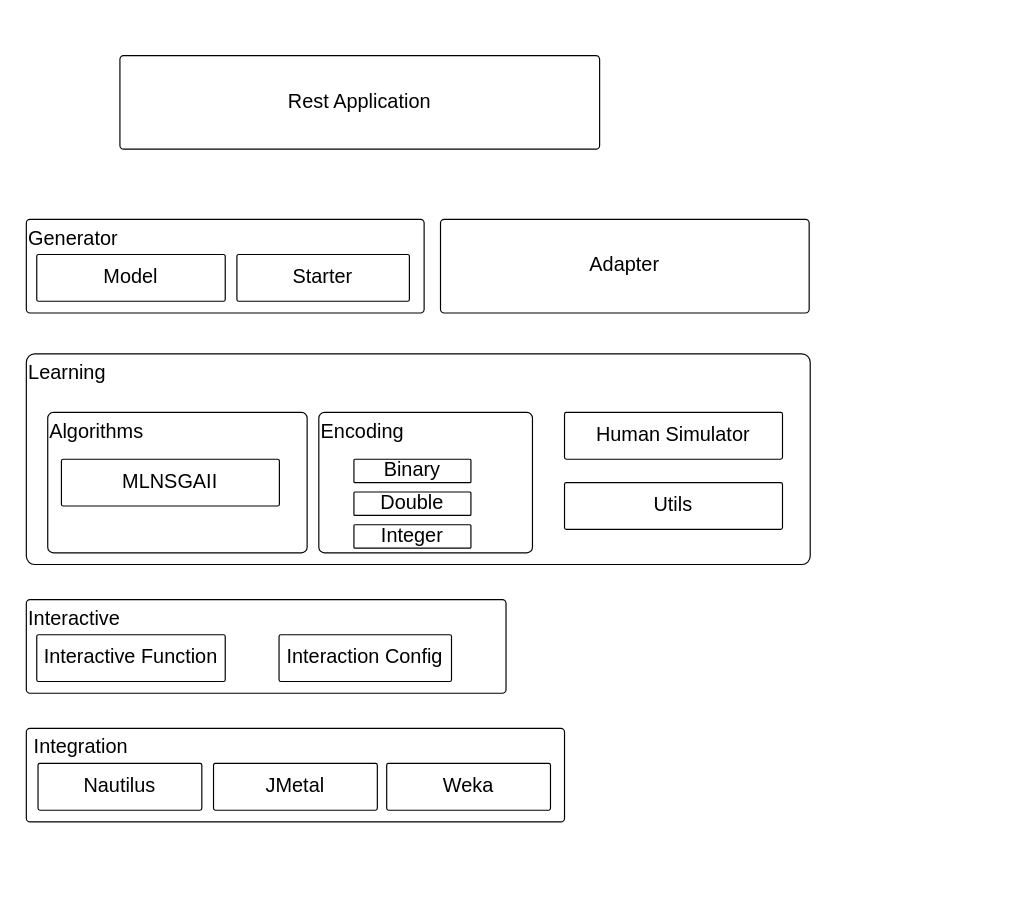
Before: docs/Untitled Diagram.drawio in iSEarchAI/isearchai, a draw.io diagram. Source tidied: cells renumbered, new cells numbered last; positions are measured from the earlier drawing's top-left corner, leaving out a move shared by most shapes. Both pictures are drawn from the tidied source at 117%, with x=0, y=0 at pixel (26, 55).
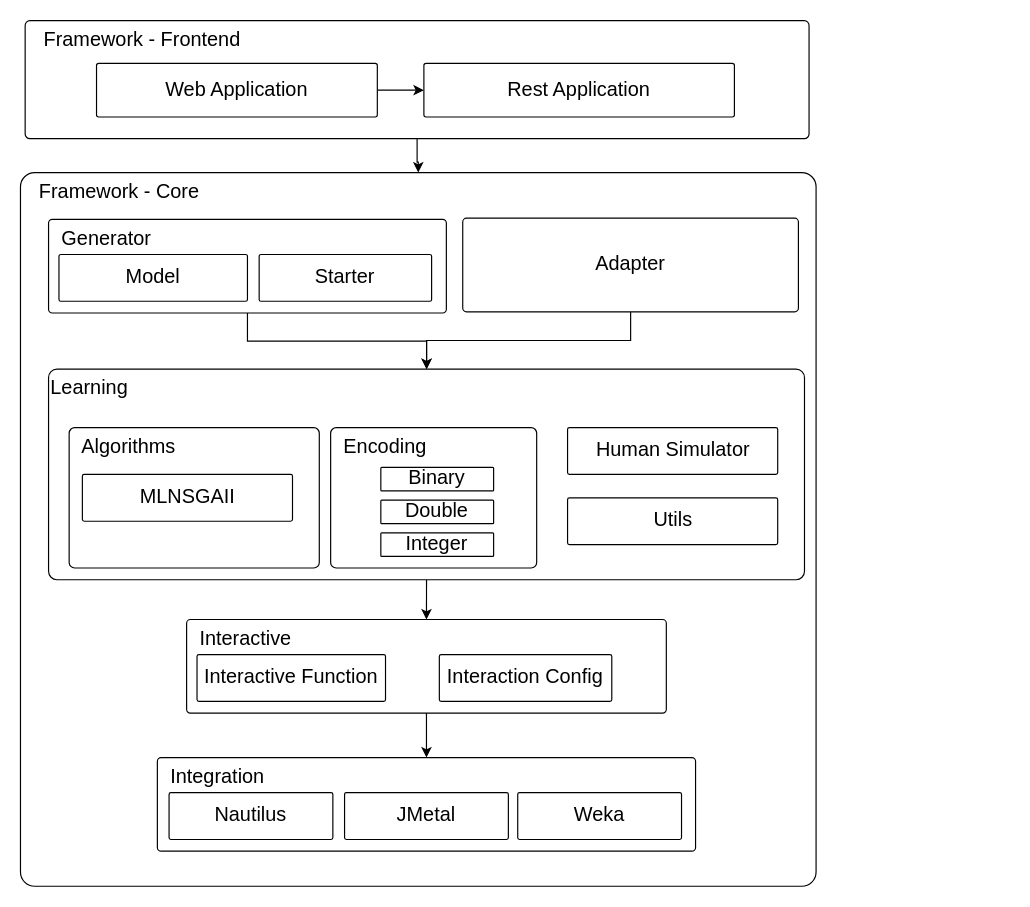
After the change.

Diff of the diagram source:
```diff
@@
-    <mxCell id="2" style="group;" parent="1" vertex="1">
-      <mxGeometry y="575" width="460" height="80" as="geometry" />
-    </mxCell>
+    <mxCell id="30" style="edgeStyle=orthogonalEdgeStyle;rounded=0;orthogonalLoop=1;jettySize=auto;html=1;" parent="1" edge="1">
+      <mxGeometry relative="1" as="geometry">
+        <mxPoint x="350" y="72" as="targetPoint" />
+      </mxGeometry>
+    </mxCell>
+    <mxCell id="31" value="&lt;div style=&quot;padding-top: 0px; font-size: 17px;&quot;&gt;&amp;nbsp; &amp;nbsp;&lt;span style=&quot;background-color: initial;&quot;&gt;Framework - Core&lt;/span&gt;&lt;/div&gt;" style="rounded=1;whiteSpace=wrap;html=1;align=left;verticalAlign=top;arcSize=2;fontSize=17;" parent="1" vertex="1">
+      <mxGeometry x="-5" y="100" width="680" height="610" as="geometry" />
+    </mxCell>
+    <mxCell id="32" style="edgeStyle=orthogonalEdgeStyle;rounded=0;jettySize=auto;html=1;" parent="1" edge="1" source="33" target="31">
+      <mxGeometry relative="1" as="geometry" />
+    </mxCell>
+    <mxCell id="33" value="&lt;div style=&quot;padding-top: 0px; font-size: 17px;&quot;&gt;&amp;nbsp; &amp;nbsp;Framework - Frontend&lt;/div&gt;" style="rounded=1;whiteSpace=wrap;html=1;align=left;verticalAlign=top;arcSize=4;fontSize=17;" parent="1" vertex="1">
+      <mxGeometry x="-1" y="-29.8" width="670" height="100.8" as="geometry" />
+    </mxCell>
+    <mxCell id="34" style="edgeStyle=orthogonalEdgeStyle;rounded=0;jettySize=auto;html=1;" parent="1" edge="1" source="35" target="29">
+      <mxGeometry relative="1" as="geometry" />
+    </mxCell>
+    <mxCell id="29" value="&lt;div style=&quot;padding-top: 0px; font-size: 17px;&quot;&gt;Rest Application&lt;/div&gt;" style="rounded=1;whiteSpace=wrap;html=1;align=center;verticalAlign=middle;arcSize=4;fontSize=17;" parent="1" vertex="1">
+      <mxGeometry x="339.8" y="6.7" width="265.4" height="45.8" as="geometry" />
+    </mxCell>
+    <mxCell id="35" value="&lt;div style=&quot;padding-top: 0px; font-size: 17px;&quot;&gt;Web Application&lt;/div&gt;" style="rounded=1;whiteSpace=wrap;html=1;align=center;verticalAlign=middle;arcSize=4;fontSize=17;" parent="1" vertex="1">
+      <mxGeometry x="60" y="6.7" width="240" height="45.8" as="geometry" />
+    </mxCell>
-    <mxCell id="3" value="&lt;div style=&quot;padding-top: 0px; font-size: 17px;&quot;&gt;&lt;span style=&quot;background-color: initial;&quot;&gt;&amp;nbsp;&lt;/span&gt;&lt;span style=&quot;background-color: initial;&quot;&gt;Integration&lt;/span&gt;&lt;br&gt;&lt;/div&gt;" style="rounded=1;whiteSpace=wrap;html=1;align=left;verticalAlign=top;arcSize=4;fontSize=17;" parent="2" vertex="1">
-      <mxGeometry width="460" height="80" as="geometry" />
+    <mxCell id="3" value="&lt;div style=&quot;padding-top: 0px; font-size: 17px;&quot;&gt;&lt;span style=&quot;background-color: initial;&quot;&gt;&amp;nbsp;&amp;nbsp;&lt;/span&gt;&lt;span style=&quot;background-color: initial;&quot;&gt;Integration&lt;/span&gt;&lt;br&gt;&lt;/div&gt;" style="rounded=1;whiteSpace=wrap;html=1;align=left;verticalAlign=top;arcSize=4;fontSize=17;" parent="1" vertex="1">
+      <mxGeometry x="112" y="600" width="460" height="80" as="geometry" />
     </mxCell>
-    <mxCell id="4" value="&lt;div style=&quot;padding-top: 0px; font-size: 17px;&quot;&gt;Nautilus&lt;/div&gt;" style="rounded=1;whiteSpace=wrap;html=1;align=center;verticalAlign=middle;arcSize=4;fontSize=17;" parent="2" vertex="1">
-      <mxGeometry x="10" y="30" width="140" height="40" as="geometry" />
+    <mxCell id="4" value="&lt;div style=&quot;padding-top: 0px; font-size: 17px;&quot;&gt;Nautilus&lt;/div&gt;" style="rounded=1;whiteSpace=wrap;html=1;align=center;verticalAlign=middle;arcSize=4;fontSize=17;" parent="1" vertex="1">
+      <mxGeometry x="122" y="630" width="140" height="40" as="geometry" />
     </mxCell>
-    <mxCell id="5" value="&lt;div style=&quot;padding-top: 0px; font-size: 17px;&quot;&gt;JMetal&lt;/div&gt;" style="rounded=1;whiteSpace=wrap;html=1;align=center;verticalAlign=middle;arcSize=4;fontSize=17;" parent="2" vertex="1">
-      <mxGeometry x="160" y="30" width="140" height="40" as="geometry" />
+    <mxCell id="5" value="&lt;div style=&quot;padding-top: 0px; font-size: 17px;&quot;&gt;JMetal&lt;/div&gt;" style="rounded=1;whiteSpace=wrap;html=1;align=center;verticalAlign=middle;arcSize=4;fontSize=17;" parent="1" vertex="1">
+      <mxGeometry x="272" y="630" width="140" height="40" as="geometry" />
     </mxCell>
-    <mxCell id="6" value="&lt;div style=&quot;padding-top: 0px; font-size: 17px;&quot;&gt;Weka&lt;/div&gt;" style="rounded=1;whiteSpace=wrap;html=1;align=center;verticalAlign=middle;arcSize=4;fontSize=17;" parent="2" vertex="1">
-      <mxGeometry x="308" y="30" width="140" height="40" as="geometry" />
+    <mxCell id="6" value="&lt;div style=&quot;padding-top: 0px; font-size: 17px;&quot;&gt;Weka&lt;/div&gt;" style="rounded=1;whiteSpace=wrap;html=1;align=center;verticalAlign=middle;arcSize=4;fontSize=17;" parent="1" vertex="1">
+      <mxGeometry x="420" y="630" width="140" height="40" as="geometry" />
     </mxCell>
-    <mxCell id="7" style="group;" parent="1" vertex="1">
-      <mxGeometry y="465" width="410" height="80" as="geometry" />
-    </mxCell>
+    <mxCell id="36" style="edgeStyle=orthogonalEdgeStyle;rounded=0;jettySize=auto;html=1;" parent="1" edge="1" source="8" target="3">
+      <mxGeometry relative="1" as="geometry" />
+    </mxCell>
-    <mxCell id="8" value="&lt;div style=&quot;padding-top: 0px; font-size: 17px;&quot;&gt;Interactive&lt;/div&gt;" style="rounded=1;whiteSpace=wrap;html=1;align=left;verticalAlign=top;arcSize=4;fontSize=17;" parent="7" vertex="1">
-      <mxGeometry width="410" height="80" as="geometry" />
+    <mxCell id="8" value="&lt;div style=&quot;padding-top: 0px; font-size: 17px;&quot;&gt;&amp;nbsp; Interactive&lt;/div&gt;" style="rounded=1;whiteSpace=wrap;html=1;align=left;verticalAlign=top;arcSize=4;fontSize=17;" parent="1" vertex="1">
+      <mxGeometry x="137" y="482" width="410" height="80" as="geometry" />
     </mxCell>
-    <mxCell id="9" value="&lt;div style=&quot;padding-top: 0px; font-size: 17px;&quot;&gt;Interactive Function&lt;/div&gt;" style="rounded=1;whiteSpace=wrap;html=1;align=center;verticalAlign=middle;arcSize=4;fontSize=17;" parent="7" vertex="1">
-      <mxGeometry x="8.9" y="30" width="161.1" height="40" as="geometry" />
+    <mxCell id="9" value="&lt;div style=&quot;padding-top: 0px; font-size: 17px;&quot;&gt;Interactive Function&lt;/div&gt;" style="rounded=1;whiteSpace=wrap;html=1;align=center;verticalAlign=middle;arcSize=4;fontSize=17;" parent="1" vertex="1">
+      <mxGeometry x="145.9" y="512" width="161.1" height="40" as="geometry" />
     </mxCell>
-    <mxCell id="10" value="&lt;div style=&quot;padding-top: 0px; font-size: 17px;&quot;&gt;Interaction Config&lt;/div&gt;" style="rounded=1;whiteSpace=wrap;html=1;align=center;verticalAlign=middle;arcSize=4;fontSize=17;" parent="7" vertex="1">
-      <mxGeometry x="216" y="30" width="147.4" height="40" as="geometry" />
+    <mxCell id="10" value="&lt;div style=&quot;padding-top: 0px; font-size: 17px;&quot;&gt;Interaction Config&lt;/div&gt;" style="rounded=1;whiteSpace=wrap;html=1;align=center;verticalAlign=middle;arcSize=4;fontSize=17;" parent="1" vertex="1">
+      <mxGeometry x="353" y="512" width="147.4" height="40" as="geometry" />
     </mxCell>
-    <mxCell id="11" style="group;" parent="1" vertex="1">
-      <mxGeometry y="255" width="840" height="180" as="geometry" />
-    </mxCell>
+    <mxCell id="37" style="edgeStyle=orthogonalEdgeStyle;rounded=0;jettySize=auto;html=1;" parent="1" edge="1" source="23" target="12">
+      <mxGeometry relative="1" as="geometry" />
+    </mxCell>
+    <mxCell id="23" value="&lt;div style=&quot;padding-top: 0px; font-size: 17px;&quot;&gt;&amp;nbsp; Generator&lt;/div&gt;" style="rounded=1;whiteSpace=wrap;html=1;align=left;verticalAlign=top;arcSize=4;fontSize=17;" parent="1" vertex="1">
+      <mxGeometry x="19" y="140" width="340" height="80" as="geometry" />
+    </mxCell>
+    <mxCell id="24" value="&lt;div style=&quot;padding-top: 0px; font-size: 17px;&quot;&gt;Model&lt;/div&gt;" style="rounded=1;whiteSpace=wrap;html=1;align=center;verticalAlign=middle;arcSize=4;fontSize=17;" parent="1" vertex="1">
+      <mxGeometry x="27.9" y="170" width="161.1" height="40" as="geometry" />
+    </mxCell>
+    <mxCell id="25" value="&lt;div style=&quot;padding-top: 0px; font-size: 17px;&quot;&gt;Starter&lt;/div&gt;" style="rounded=1;whiteSpace=wrap;html=1;align=center;verticalAlign=middle;arcSize=4;fontSize=17;" parent="1" vertex="1">
+      <mxGeometry x="199" y="170" width="147.4" height="40" as="geometry" />
+    </mxCell>
+    <mxCell id="38" style="edgeStyle=orthogonalEdgeStyle;rounded=0;jettySize=auto;html=1;" parent="1" edge="1" source="27" target="12">
+      <mxGeometry relative="1" as="geometry" />
+    </mxCell>
+    <mxCell id="27" value="&lt;div style=&quot;padding-top: 0px; font-size: 17px;&quot;&gt;Adapter&lt;/div&gt;" style="rounded=1;whiteSpace=wrap;html=1;align=center;verticalAlign=middle;arcSize=4;fontSize=17;" parent="1" vertex="1">
+      <mxGeometry x="373" y="139" width="286.9" height="80" as="geometry" />
+    </mxCell>
+    <mxCell id="39" style="edgeStyle=orthogonalEdgeStyle;rounded=0;jettySize=auto;html=1;exitX=0.5;exitY=1;exitDx=0;exitDy=0;entryX=0.5;entryY=0;entryDx=0;entryDy=0;" parent="1" edge="1" source="12" target="8">
+      <mxGeometry relative="1" as="geometry" />
+    </mxCell>
-    <mxCell id="12" value="&lt;div style=&quot;padding-top: 0px; font-size: 17px;&quot;&gt;Learning&lt;/div&gt;" style="rounded=1;whiteSpace=wrap;html=1;align=left;verticalAlign=top;arcSize=4;fontSize=17;" parent="11" vertex="1">
-      <mxGeometry width="670" height="180" as="geometry" />
+    <mxCell id="12" value="&lt;div style=&quot;padding-top: 0px; font-size: 17px;&quot;&gt;Learning&lt;/div&gt;" style="rounded=1;whiteSpace=wrap;html=1;align=left;verticalAlign=top;arcSize=4;fontSize=17;" parent="1" vertex="1">
+      <mxGeometry x="19" y="268" width="646.1" height="180" as="geometry" />
     </mxCell>
-    <mxCell id="13" value="&lt;div style=&quot;padding-top: 0px; font-size: 17px;&quot;&gt;Algorithms&lt;/div&gt;" style="rounded=1;whiteSpace=wrap;html=1;align=left;verticalAlign=top;arcSize=4;fontSize=17;" parent="11" vertex="1">
-      <mxGeometry x="18.3" y="50" width="221.7" height="120" as="geometry" />
+    <mxCell id="13" value="&lt;div style=&quot;padding-top: 0px; font-size: 17px;&quot;&gt;&amp;nbsp; Algorithms&lt;/div&gt;" style="rounded=1;whiteSpace=wrap;html=1;align=left;verticalAlign=top;arcSize=4;fontSize=17;" parent="1" vertex="1">
+      <mxGeometry x="36.6" y="318" width="213.8" height="120" as="geometry" />
     </mxCell>
-    <mxCell id="14" value="&lt;div style=&quot;padding-top: 0px; font-size: 17px;&quot;&gt;Human Simulator&lt;/div&gt;" style="rounded=1;whiteSpace=wrap;html=1;align=center;verticalAlign=middle;arcSize=4;fontSize=17;" parent="11" vertex="1">
-      <mxGeometry x="460" y="50" width="186.3" height="40" as="geometry" />
+    <mxCell id="14" value="&lt;div style=&quot;padding-top: 0px; font-size: 17px;&quot;&gt;Human Simulator&lt;/div&gt;" style="rounded=1;whiteSpace=wrap;html=1;align=center;verticalAlign=middle;arcSize=4;fontSize=17;" parent="1" vertex="1">
+      <mxGeometry x="462.6" y="318" width="179.6" height="40" as="geometry" />
     </mxCell>
-    <mxCell id="15" value="&lt;div style=&quot;padding-top: 0px; font-size: 17px;&quot;&gt;Utils&lt;/div&gt;" style="rounded=1;whiteSpace=wrap;html=1;align=center;verticalAlign=middle;arcSize=4;fontSize=17;" parent="11" vertex="1">
-      <mxGeometry x="460" y="110" width="186.3" height="40" as="geometry" />
+    <mxCell id="15" value="&lt;div style=&quot;padding-top: 0px; font-size: 17px;&quot;&gt;Utils&lt;/div&gt;" style="rounded=1;whiteSpace=wrap;html=1;align=center;verticalAlign=middle;arcSize=4;fontSize=17;" parent="1" vertex="1">
+      <mxGeometry x="462.6" y="378" width="179.6" height="40" as="geometry" />
     </mxCell>
-    <mxCell id="16" value="&lt;div style=&quot;padding-top: 0px; font-size: 17px;&quot;&gt;MLNSGAII&lt;/div&gt;" style="rounded=1;whiteSpace=wrap;html=1;align=center;verticalAlign=middle;arcSize=4;fontSize=17;" parent="11" vertex="1">
-      <mxGeometry x="30" y="90" width="186.3" height="40" as="geometry" />
+    <mxCell id="16" value="&lt;div style=&quot;padding-top: 0px; font-size: 17px;&quot;&gt;MLNSGAII&lt;/div&gt;" style="rounded=1;whiteSpace=wrap;html=1;align=center;verticalAlign=middle;arcSize=4;fontSize=17;" parent="1" vertex="1">
+      <mxGeometry x="47.9" y="358" width="179.6" height="40" as="geometry" />
     </mxCell>
-    <mxCell id="17" style="group;" parent="11" vertex="1">
-      <mxGeometry x="250" y="50" width="182.6" height="120" as="geometry" />
-    </mxCell>
-    <mxCell id="18" value="&lt;div style=&quot;padding-top: 0px; font-size: 17px;&quot;&gt;Encoding&lt;/div&gt;" style="rounded=1;whiteSpace=wrap;html=1;align=left;verticalAlign=top;arcSize=4;fontSize=17;" parent="17" vertex="1">
-      <mxGeometry width="182.6" height="120" as="geometry" />
+    <mxCell id="18" value="&lt;div style=&quot;padding-top: 0px; font-size: 17px;&quot;&gt;&amp;nbsp; Encoding&lt;/div&gt;" style="rounded=1;whiteSpace=wrap;html=1;align=left;verticalAlign=top;arcSize=4;fontSize=17;" parent="1" vertex="1">
+      <mxGeometry x="260.1" y="318" width="176.1" height="120" as="geometry" />
     </mxCell>
-    <mxCell id="19" value="&lt;div style=&quot;padding-top: 0px; font-size: 17px;&quot;&gt;Binary&lt;/div&gt;" style="rounded=1;whiteSpace=wrap;html=1;align=center;verticalAlign=middle;arcSize=4;fontSize=17;" parent="17" vertex="1">
-      <mxGeometry x="30" y="40" width="100" height="20" as="geometry" />
+    <mxCell id="19" value="&lt;div style=&quot;padding-top: 0px; font-size: 17px;&quot;&gt;Binary&lt;/div&gt;" style="rounded=1;whiteSpace=wrap;html=1;align=center;verticalAlign=middle;arcSize=4;fontSize=17;" parent="1" vertex="1">
+      <mxGeometry x="303" y="352" width="96.4" height="20" as="geometry" />
     </mxCell>
-    <mxCell id="20" value="&lt;div style=&quot;padding-top: 0px; font-size: 17px;&quot;&gt;Double&lt;/div&gt;" style="rounded=1;whiteSpace=wrap;html=1;align=center;verticalAlign=middle;arcSize=4;fontSize=17;" parent="17" vertex="1">
-      <mxGeometry x="30" y="68" width="100" height="20" as="geometry" />
+    <mxCell id="20" value="&lt;div style=&quot;padding-top: 0px; font-size: 17px;&quot;&gt;Double&lt;/div&gt;" style="rounded=1;whiteSpace=wrap;html=1;align=center;verticalAlign=middle;arcSize=4;fontSize=17;" parent="1" vertex="1">
+      <mxGeometry x="303" y="380" width="96.4" height="20" as="geometry" />
     </mxCell>
-    <mxCell id="21" value="&lt;div style=&quot;padding-top: 0px; font-size: 17px;&quot;&gt;Integer&lt;/div&gt;" style="rounded=1;whiteSpace=wrap;html=1;align=center;verticalAlign=middle;arcSize=4;fontSize=17;" parent="17" vertex="1">
-      <mxGeometry x="30" y="96" width="100" height="20" as="geometry" />
+    <mxCell id="21" value="&lt;div style=&quot;padding-top: 0px; font-size: 17px;&quot;&gt;Integer&lt;/div&gt;" style="rounded=1;whiteSpace=wrap;html=1;align=center;verticalAlign=middle;arcSize=4;fontSize=17;" parent="1" vertex="1">
+      <mxGeometry x="303" y="408" width="96.4" height="20" as="geometry" />
     </mxCell>
-    <mxCell id="22" style="group;" parent="1" vertex="1">
-      <mxGeometry y="140" width="410" height="80" as="geometry" />
-    </mxCell>
-    <mxCell id="23" value="&lt;div style=&quot;padding-top: 0px; font-size: 17px;&quot;&gt;Generator&lt;/div&gt;" style="rounded=1;whiteSpace=wrap;html=1;align=left;verticalAlign=top;arcSize=4;fontSize=17;" parent="22" vertex="1">
-      <mxGeometry width="340" height="80" as="geometry" />
-    </mxCell>
-    <mxCell id="24" value="&lt;div style=&quot;padding-top: 0px; font-size: 17px;&quot;&gt;Model&lt;/div&gt;" style="rounded=1;whiteSpace=wrap;html=1;align=center;verticalAlign=middle;arcSize=4;fontSize=17;" parent="22" vertex="1">
-      <mxGeometry x="8.9" y="30" width="161.1" height="40" as="geometry" />
-    </mxCell>
-    <mxCell id="25" value="&lt;div style=&quot;padding-top: 0px; font-size: 17px;&quot;&gt;Starter&lt;/div&gt;" style="rounded=1;whiteSpace=wrap;html=1;align=center;verticalAlign=middle;arcSize=4;fontSize=17;" parent="22" vertex="1">
-      <mxGeometry x="180" y="30" width="147.4" height="40" as="geometry" />
-    </mxCell>
-    <mxCell id="26" style="group;align=center;verticalAlign=middle;" parent="1" vertex="1">
-      <mxGeometry x="354" y="140" width="380" height="80" as="geometry" />
-    </mxCell>
-    <mxCell id="27" value="&lt;div style=&quot;padding-top: 0px; font-size: 17px;&quot;&gt;Adapter&lt;/div&gt;" style="rounded=1;whiteSpace=wrap;html=1;align=center;verticalAlign=middle;arcSize=4;fontSize=17;" parent="26" vertex="1">
-      <mxGeometry width="315.1" height="80" as="geometry" />
-    </mxCell>
-    <mxCell id="28" style="group;verticalAlign=middle;" parent="1" vertex="1">
-      <mxGeometry x="80" width="410" height="80" as="geometry" />
-    </mxCell>
-    <mxCell id="29" value="&lt;div style=&quot;padding-top: 0px; font-size: 17px;&quot;&gt;Rest Application&lt;/div&gt;" style="rounded=1;whiteSpace=wrap;html=1;align=center;verticalAlign=middle;arcSize=4;fontSize=17;" parent="28" vertex="1">
-      <mxGeometry width="410" height="80" as="geometry" />
-    </mxCell>
```
